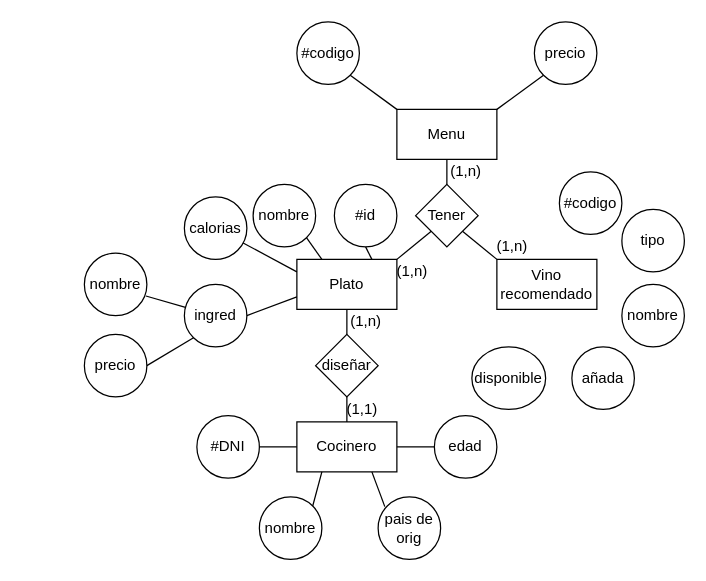
Before: BD/Act4Rest.drawio in krypton1312/AulaCampus, a draw.io diagram. Source tidied: cells renumbered, new cells numbered last; positions are measured from the earlier drawing's top-left corner, leaving out a move shared by most shapes. Both pictures are drawn from the tidied source at 125%, with x=0, y=0 at pixel (84, 21).
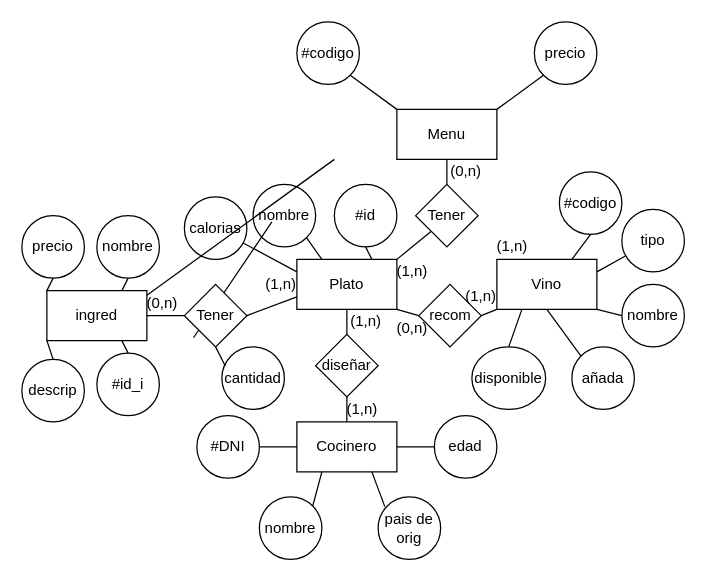
Above is the later version.

Unchanged cells that the change refers to:
```xml
<mxCell id="3" value="Plato" style="rounded=0;whiteSpace=wrap;html=1;" parent="1" vertex="1">
  <mxGeometry x="170" y="190" width="80" height="40" as="geometry" />
</mxCell>
<mxCell id="10" value="Tener" style="rhombus;whiteSpace=wrap;html=1;" parent="1" vertex="1">
  <mxGeometry x="265" y="130" width="50" height="50" as="geometry" />
</mxCell>
<mxCell id="37" value="tipo" style="ellipse;whiteSpace=wrap;html=1;" parent="1" vertex="1">
  <mxGeometry x="430" y="150" width="50" height="50" as="geometry" />
</mxCell>
<mxCell id="38" value="#codigo" style="ellipse;whiteSpace=wrap;html=1;" parent="1" vertex="1">
  <mxGeometry x="380" y="120" width="50" height="50" as="geometry" />
</mxCell>
<mxCell id="39" value="nombre" style="ellipse;whiteSpace=wrap;html=1;" parent="1" vertex="1">
  <mxGeometry x="430" y="210" width="50" height="50" as="geometry" />
</mxCell>
<mxCell id="40" value="añada" style="ellipse;whiteSpace=wrap;html=1;" parent="1" vertex="1">
  <mxGeometry x="390" y="260" width="50" height="50" as="geometry" />
</mxCell>
<mxCell id="44" value="disponible" style="ellipse;whiteSpace=wrap;html=1;" parent="1" vertex="1">
  <mxGeometry x="310" y="260" width="59" height="50" as="geometry" />
</mxCell>
```

Diff of the diagram source:
```diff
@@
-    <mxCell id="5" value="Vino recomendado" style="rounded=0;whiteSpace=wrap;html=1;" parent="1" vertex="1">
+    <mxCell id="5" value="Vino" style="rounded=0;whiteSpace=wrap;html=1;" parent="1" vertex="1">
       <mxGeometry x="330" y="190" width="80" height="40" as="geometry" />
     </mxCell>
@@
-    <mxCell id="13" style="endArrow=none;html=1;rounded=0;entryX=1;entryY=1;entryDx=0;entryDy=0;exitX=0;exitY=0;exitDx=0;exitDy=0;" parent="1" edge="1" source="5" target="10">
-      <mxGeometry relative="1" as="geometry" />
-    </mxCell>
@@
-    <mxCell id="26" value="ingred" style="ellipse;whiteSpace=wrap;html=1;" parent="1" vertex="1">
-      <mxGeometry x="80" y="210" width="50" height="50" as="geometry" />
-    </mxCell>
@@
-    <mxCell id="32" style="endArrow=none;html=1;rounded=0;exitX=0;exitY=0.75;exitDx=0;exitDy=0;entryX=1;entryY=0.5;entryDx=0;entryDy=0;" parent="1" edge="1" source="3" target="26">
-      <mxGeometry relative="1" as="geometry" />
+    <mxCell id="32" style="endArrow=none;html=1;rounded=0;exitX=0;exitY=0.75;exitDx=0;exitDy=0;entryX=1;entryY=0.5;entryDx=0;entryDy=0;" parent="1" edge="1" source="3">
+      <mxGeometry relative="1" as="geometry">
+        <mxPoint x="130" y="235" as="targetPoint" />
+      </mxGeometry>
     </mxCell>
-    <mxCell id="33" value="nombre" style="ellipse;whiteSpace=wrap;html=1;" parent="1" vertex="1">
-      <mxGeometry y="185" width="50" height="50" as="geometry" />
-    </mxCell>
-    <mxCell id="34" value="precio" style="ellipse;whiteSpace=wrap;html=1;" parent="1" vertex="1">
-      <mxGeometry y="250" width="50" height="50" as="geometry" />
-    </mxCell>
-    <mxCell id="35" style="endArrow=none;html=1;rounded=0;exitX=0.985;exitY=0.686;exitDx=0;exitDy=0;exitPerimeter=0;" parent="1" edge="1" source="33" target="26">
-      <mxGeometry relative="1" as="geometry" />
+    <mxCell id="35" style="endArrow=none;html=1;rounded=0;exitX=0.985;exitY=0.686;exitDx=0;exitDy=0;exitPerimeter=0;" parent="1" edge="1">
+      <mxGeometry relative="1" as="geometry">
+        <mxPoint x="49.2" y="219.3" as="sourcePoint" />
+        <mxPoint x="200" y="110" as="targetPoint" />
+      </mxGeometry>
     </mxCell>
-    <mxCell id="36" style="endArrow=none;html=1;rounded=0;exitX=1;exitY=0.5;exitDx=0;exitDy=0;entryX=0;entryY=1;entryDx=0;entryDy=0;" parent="1" edge="1" source="34" target="26">
-      <mxGeometry relative="1" as="geometry" />
+    <mxCell id="36" style="endArrow=none;html=1;rounded=0;exitX=1;exitY=0.5;exitDx=0;exitDy=0;entryX=0;entryY=1;entryDx=0;entryDy=0;" parent="1" edge="1">
+      <mxGeometry relative="1" as="geometry">
+        <mxPoint x="150" y="160" as="sourcePoint" />
+        <mxPoint x="87.3" y="252.7" as="targetPoint" />
+      </mxGeometry>
     </mxCell>
@@
-    <mxCell id="41" value="(1,n)" style="text;html=1;strokeColor=none;fillColor=none;align=center;verticalAlign=middle;whiteSpace=wrap;rounded=0;" parent="1" vertex="1">
+    <mxCell id="41" value="(0,n)" style="text;html=1;strokeColor=none;fillColor=none;align=center;verticalAlign=middle;whiteSpace=wrap;rounded=0;" parent="1" vertex="1">
       <mxGeometry x="292.5" y="110" width="25" height="20" as="geometry" />
     </mxCell>
@@
-    <mxCell id="45" value="(1,1)" style="text;html=1;strokeColor=none;fillColor=none;align=center;verticalAlign=middle;whiteSpace=wrap;rounded=0;" parent="1" vertex="1">
+    <mxCell id="45" value="(1,n)" style="text;html=1;strokeColor=none;fillColor=none;align=center;verticalAlign=middle;whiteSpace=wrap;rounded=0;" parent="1" vertex="1">
       <mxGeometry x="210" y="300" width="25" height="20" as="geometry" />
     </mxCell>
@@
+    <mxCell id="47" style="endArrow=none;html=1;rounded=0;exitX=0.5;exitY=0;exitDx=0;exitDy=0;entryX=0.25;entryY=1;entryDx=0;entryDy=0;" parent="1" edge="1" source="44" target="5">
+      <mxGeometry relative="1" as="geometry" />
+    </mxCell>
+    <mxCell id="48" style="endArrow=none;html=1;rounded=0;exitX=0;exitY=0;exitDx=0;exitDy=0;entryX=0.5;entryY=1;entryDx=0;entryDy=0;" parent="1" edge="1" source="40" target="5">
+      <mxGeometry relative="1" as="geometry" />
+    </mxCell>
+    <mxCell id="49" style="endArrow=none;html=1;rounded=0;exitX=0;exitY=0.5;exitDx=0;exitDy=0;entryX=1;entryY=1;entryDx=0;entryDy=0;" parent="1" edge="1" source="39" target="5">
+      <mxGeometry relative="1" as="geometry" />
+    </mxCell>
+    <mxCell id="50" style="endArrow=none;html=1;rounded=0;exitX=0.5;exitY=1;exitDx=0;exitDy=0;entryX=0.75;entryY=0;entryDx=0;entryDy=0;" parent="1" edge="1" source="38" target="5">
+      <mxGeometry relative="1" as="geometry" />
+    </mxCell>
+    <mxCell id="51" style="endArrow=none;html=1;rounded=0;exitX=1;exitY=0.25;exitDx=0;exitDy=0;" parent="1" edge="1" source="5" target="37">
+      <mxGeometry relative="1" as="geometry" />
+    </mxCell>
+    <mxCell id="52" value="recom" style="rhombus;whiteSpace=wrap;html=1;" parent="1" vertex="1">
+      <mxGeometry x="267.5" y="210" width="50" height="50" as="geometry" />
+    </mxCell>
+    <mxCell id="53" style="endArrow=none;html=1;rounded=0;exitX=1;exitY=1;exitDx=0;exitDy=0;entryX=0;entryY=0.5;entryDx=0;entryDy=0;" parent="1" edge="1" source="3" target="52">
+      <mxGeometry relative="1" as="geometry" />
+    </mxCell>
+    <mxCell id="54" style="endArrow=none;html=1;rounded=0;exitX=0;exitY=1;exitDx=0;exitDy=0;entryX=1;entryY=0.5;entryDx=0;entryDy=0;" parent="1" edge="1" source="5" target="52">
+      <mxGeometry relative="1" as="geometry" />
+    </mxCell>
+    <mxCell id="55" value="Tener" style="rhombus;whiteSpace=wrap;html=1;" parent="1" vertex="1">
+      <mxGeometry x="80" y="210" width="50" height="50" as="geometry" />
+    </mxCell>
+    <mxCell id="26" value="ingred" style="rounded=0;whiteSpace=wrap;html=1;" parent="1" vertex="1">
+      <mxGeometry x="-30" y="215" width="80" height="40" as="geometry" />
+    </mxCell>
+    <mxCell id="56" style="endArrow=none;html=1;rounded=0;exitX=1;exitY=0.5;exitDx=0;exitDy=0;entryX=0;entryY=0.5;entryDx=0;entryDy=0;" parent="1" edge="1" source="26" target="55">
+      <mxGeometry relative="1" as="geometry" />
+    </mxCell>
+    <mxCell id="57" value="#id_i" style="ellipse;whiteSpace=wrap;html=1;" parent="1" vertex="1">
+      <mxGeometry x="10" y="265" width="50" height="50" as="geometry" />
+    </mxCell>
+    <mxCell id="33" value="nombre" style="ellipse;whiteSpace=wrap;html=1;" parent="1" vertex="1">
+      <mxGeometry x="10" y="155" width="50" height="50" as="geometry" />
+    </mxCell>
+    <mxCell id="58" value="cantidad" style="ellipse;whiteSpace=wrap;html=1;" parent="1" vertex="1">
+      <mxGeometry x="110" y="260" width="50" height="50" as="geometry" />
+    </mxCell>
+    <mxCell id="59" style="endArrow=none;html=1;rounded=0;exitX=0.5;exitY=1;exitDx=0;exitDy=0;entryX=0.054;entryY=0.306;entryDx=0;entryDy=0;entryPerimeter=0;" parent="1" edge="1" source="55" target="58">
+      <mxGeometry relative="1" as="geometry" />
+    </mxCell>
+    <mxCell id="60" style="endArrow=none;html=1;rounded=0;exitX=0.75;exitY=0;exitDx=0;exitDy=0;entryX=0.5;entryY=1;entryDx=0;entryDy=0;" parent="1" edge="1" source="26" target="33">
+      <mxGeometry relative="1" as="geometry" />
+    </mxCell>
+    <mxCell id="61" style="endArrow=none;html=1;rounded=0;exitX=0.75;exitY=1;exitDx=0;exitDy=0;entryX=0.5;entryY=0;entryDx=0;entryDy=0;" parent="1" edge="1" source="26" target="57">
+      <mxGeometry relative="1" as="geometry" />
+    </mxCell>
+    <mxCell id="34" value="precio" style="ellipse;whiteSpace=wrap;html=1;" parent="1" vertex="1">
+      <mxGeometry x="-50" y="155" width="50" height="50" as="geometry" />
+    </mxCell>
+    <mxCell id="62" style="endArrow=none;html=1;rounded=0;exitX=0;exitY=0;exitDx=0;exitDy=0;entryX=0.5;entryY=1;entryDx=0;entryDy=0;" parent="1" edge="1" source="26" target="34">
+      <mxGeometry relative="1" as="geometry" />
+    </mxCell>
+    <mxCell id="63" value="descrip" style="ellipse;whiteSpace=wrap;html=1;" parent="1" vertex="1">
+      <mxGeometry x="-50" y="270" width="50" height="50" as="geometry" />
+    </mxCell>
+    <mxCell id="64" style="endArrow=none;html=1;rounded=0;exitX=0.5;exitY=0;exitDx=0;exitDy=0;entryX=0;entryY=1;entryDx=0;entryDy=0;" parent="1" edge="1" source="63" target="26">
+      <mxGeometry relative="1" as="geometry" />
+    </mxCell>
+    <mxCell id="65" value="(0,n)" style="text;html=1;strokeColor=none;fillColor=none;align=center;verticalAlign=middle;whiteSpace=wrap;rounded=0;" parent="1" vertex="1">
+      <mxGeometry x="50" y="215" width="25" height="20" as="geometry" />
+    </mxCell>
+    <mxCell id="66" value="(1,n)" style="text;html=1;strokeColor=none;fillColor=none;align=center;verticalAlign=middle;whiteSpace=wrap;rounded=0;" parent="1" vertex="1">
+      <mxGeometry x="145" y="200" width="25" height="20" as="geometry" />
+    </mxCell>
+    <mxCell id="67" value="(0,n)" style="text;html=1;strokeColor=none;fillColor=none;align=center;verticalAlign=middle;whiteSpace=wrap;rounded=0;" parent="1" vertex="1">
+      <mxGeometry x="250" y="235" width="25" height="20" as="geometry" />
+    </mxCell>
+    <mxCell id="68" value="(1,n)" style="text;html=1;strokeColor=none;fillColor=none;align=center;verticalAlign=middle;whiteSpace=wrap;rounded=0;" parent="1" vertex="1">
+      <mxGeometry x="305" y="210" width="25" height="20" as="geometry" />
+    </mxCell>
```
